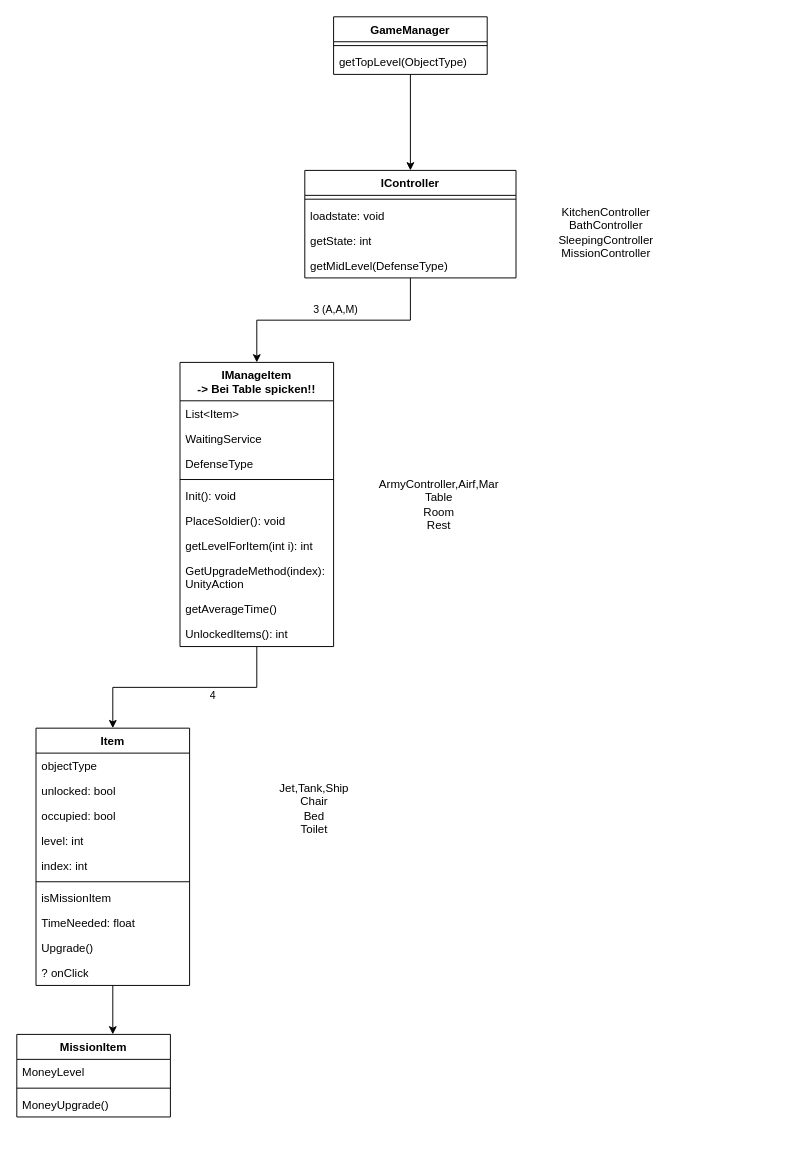
ZhRaL/Transfer keeps this draw.io diagram as Items.drawio. Above is the earlier version. Source tidied: cells renumbered, new cells numbered last; positions are measured from the earlier drawing's top-left corner, leaving out a move shared by most shapes. Both pictures are drawn from the tidied source at 96%, with x=0, y=0 at pixel (16, 16).
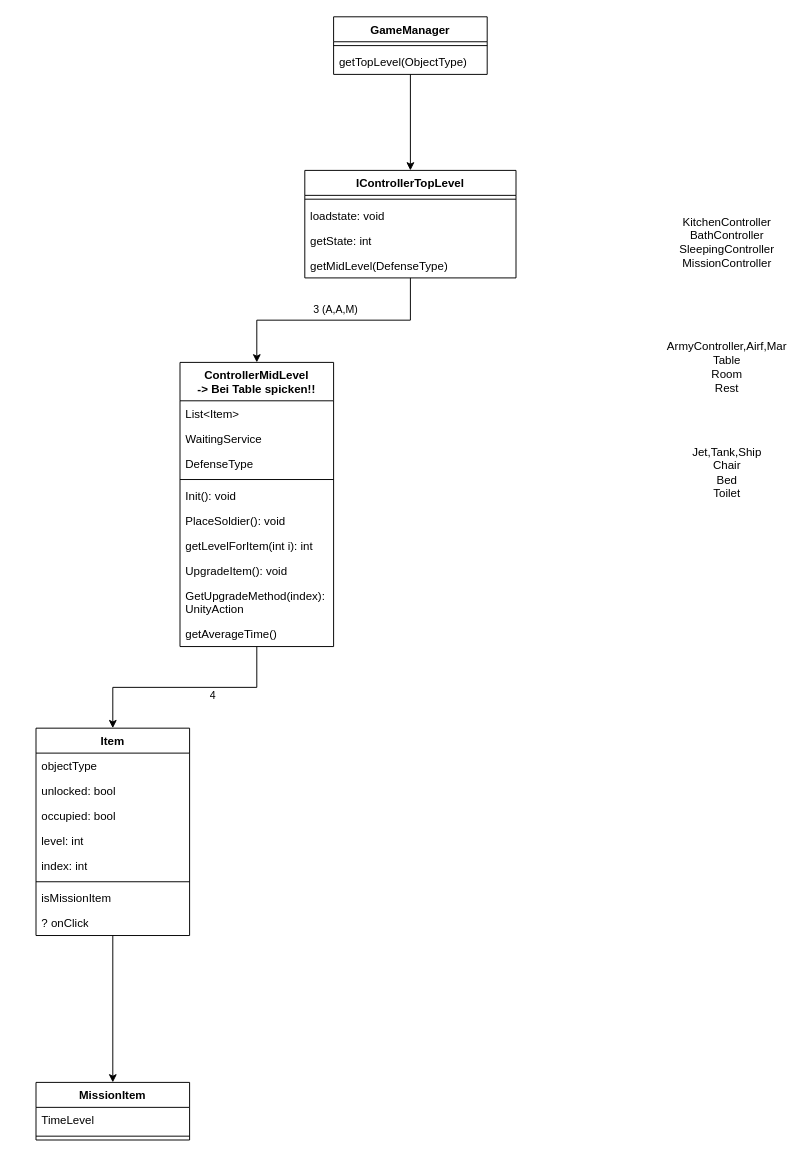
After the change.

The edit, as a diff of the source:
```diff
@@
-    <mxCell id="4" value="IController" style="swimlane;fontStyle=1;align=center;verticalAlign=top;horizontal=1;startSize=26;whiteSpace=wrap;html=1;" parent="1" vertex="1">
+    <mxCell id="4" value="IControllerTopLevel" style="swimlane;fontStyle=1;align=center;verticalAlign=top;horizontal=1;startSize=26;whiteSpace=wrap;html=1;" parent="1" vertex="1">
       <mxGeometry x="300" y="160" width="220" height="112" as="geometry" />
     </mxCell>
@@
-    <mxCell id="11" value="&lt;div&gt;IManageItem&lt;/div&gt;&lt;div&gt;-&amp;gt; Bei Table spicken!!&lt;/div&gt;" style="swimlane;fontStyle=1;align=center;verticalAlign=top;horizontal=1;startSize=40;whiteSpace=wrap;html=1;" parent="1" vertex="1">
+    <mxCell id="11" value="ControllerMidLevel&lt;div&gt;-&amp;gt; Bei Table spicken!!&lt;/div&gt;" style="swimlane;fontStyle=1;align=center;verticalAlign=top;horizontal=1;startSize=40;whiteSpace=wrap;html=1;" parent="1" vertex="1">
       <mxGeometry x="170" y="360" width="160" height="296" as="geometry" />
     </mxCell>
@@
+    <mxCell id="45" value="UpgradeItem(): void" style="text;strokeColor=none;fillColor=none;align=left;verticalAlign=top;spacingLeft=4;spacingRight=4;overflow=hidden;whiteSpace=wrap;html=1;" parent="11" vertex="1">
+      <mxGeometry y="204" width="160" height="26" as="geometry" />
+    </mxCell>
     <mxCell id="19" value="GetUpgradeMethod(index): UnityAction" style="text;strokeColor=none;fillColor=none;align=left;verticalAlign=top;spacingLeft=4;spacingRight=4;overflow=hidden;whiteSpace=wrap;html=1;" parent="11" vertex="1">
-      <mxGeometry y="204" width="160" height="40" as="geometry" />
+      <mxGeometry y="230" width="160" height="40" as="geometry" />
     </mxCell>
     <mxCell id="20" value="getAverageTime()" style="text;strokeColor=none;fillColor=none;align=left;verticalAlign=top;spacingLeft=4;spacingRight=4;overflow=hidden;whiteSpace=wrap;html=1;" parent="11" vertex="1">
-      <mxGeometry y="244" width="160" height="26" as="geometry" />
+      <mxGeometry y="270" width="160" height="26" as="geometry" />
     </mxCell>
-    <mxCell id="21" value="UnlockedItems(): int" style="text;strokeColor=none;fillColor=none;align=left;verticalAlign=top;spacingLeft=4;spacingRight=4;overflow=hidden;whiteSpace=wrap;html=1;" parent="11" vertex="1">
-      <mxGeometry y="270" width="160" height="26" as="geometry" />
-    </mxCell>
     <mxCell id="22" value="Item" style="swimlane;fontStyle=1;align=center;verticalAlign=top;horizontal=1;startSize=26;whiteSpace=wrap;html=1;" parent="1" vertex="1">
-      <mxGeometry x="20" y="741" width="160" height="268" as="geometry" />
+      <mxGeometry x="20" y="741" width="160" height="216" as="geometry" />
     </mxCell>
@@
-    <mxCell id="30" value="TimeNeeded: float" style="text;strokeColor=none;fillColor=none;align=left;verticalAlign=top;spacingLeft=4;spacingRight=4;overflow=hidden;whiteSpace=wrap;html=1;" parent="22" vertex="1">
-      <mxGeometry y="190" width="160" height="26" as="geometry" />
-    </mxCell>
-    <mxCell id="31" value="Upgrade()" style="text;strokeColor=none;fillColor=none;align=left;verticalAlign=top;spacingLeft=4;spacingRight=4;overflow=hidden;whiteSpace=wrap;html=1;" parent="22" vertex="1">
-      <mxGeometry y="216" width="160" height="26" as="geometry" />
-    </mxCell>
     <mxCell id="32" value="? onClick" style="text;strokeColor=none;fillColor=none;align=left;verticalAlign=top;spacingLeft=4;spacingRight=4;overflow=hidden;whiteSpace=wrap;html=1;" parent="22" vertex="1">
-      <mxGeometry y="242" width="160" height="26" as="geometry" />
+      <mxGeometry y="190" width="160" height="26" as="geometry" />
     </mxCell>
     <mxCell id="33" value="KitchenController&lt;div&gt;BathController&lt;/div&gt;&lt;div&gt;SleepingController&lt;/div&gt;&lt;div&gt;MissionController&lt;/div&gt;" style="text;html=1;align=center;verticalAlign=middle;whiteSpace=wrap;rounded=0;" parent="1" vertex="1">
-      <mxGeometry x="584" y="210" width="60" height="30" as="geometry" />
+      <mxGeometry x="710" y="220" width="60" height="30" as="geometry" />
     </mxCell>
     <mxCell id="34" value="ArmyController,Airf,Mar&lt;div&gt;Table&lt;/div&gt;&lt;div&gt;Room&lt;/div&gt;&lt;div&gt;Rest&lt;/div&gt;" style="text;html=1;align=center;verticalAlign=middle;whiteSpace=wrap;rounded=0;" parent="1" vertex="1">
-      <mxGeometry x="410" y="493" width="60" height="30" as="geometry" />
+      <mxGeometry x="710" y="350" width="60" height="30" as="geometry" />
     </mxCell>
     <mxCell id="35" value="Jet,Tank,Ship&lt;div&gt;Chair&lt;/div&gt;&lt;div&gt;Bed&lt;/div&gt;&lt;div&gt;Toilet&lt;/div&gt;" style="text;html=1;align=center;verticalAlign=middle;whiteSpace=wrap;rounded=0;" parent="1" vertex="1">
-      <mxGeometry x="280" y="810" width="60" height="30" as="geometry" />
+      <mxGeometry x="710" y="460" width="60" height="30" as="geometry" />
     </mxCell>
@@
     <mxCell id="41" value="MissionItem" style="swimlane;fontStyle=1;align=center;verticalAlign=top;horizontal=1;startSize=26;whiteSpace=wrap;html=1;" parent="1" vertex="1">
-      <mxGeometry y="1060" width="160" height="86" as="geometry" />
+      <mxGeometry x="20" y="1110" width="160" height="60" as="geometry" />
     </mxCell>
-    <mxCell id="42" value="MoneyLevel" style="text;strokeColor=none;fillColor=none;align=left;verticalAlign=top;spacingLeft=4;spacingRight=4;overflow=hidden;whiteSpace=wrap;html=1;" parent="41" vertex="1">
+    <mxCell id="42" value="TimeLevel" style="text;strokeColor=none;fillColor=none;align=left;verticalAlign=top;spacingLeft=4;spacingRight=4;overflow=hidden;whiteSpace=wrap;html=1;" parent="41" vertex="1">
       <mxGeometry y="26" width="160" height="26" as="geometry" />
     </mxCell>
@@
-    <mxCell id="44" value="MoneyUpgrade()" style="text;strokeColor=none;fillColor=none;align=left;verticalAlign=top;spacingLeft=4;spacingRight=4;overflow=hidden;whiteSpace=wrap;html=1;" parent="41" vertex="1">
-      <mxGeometry y="60" width="160" height="26" as="geometry" />
-    </mxCell>
```
